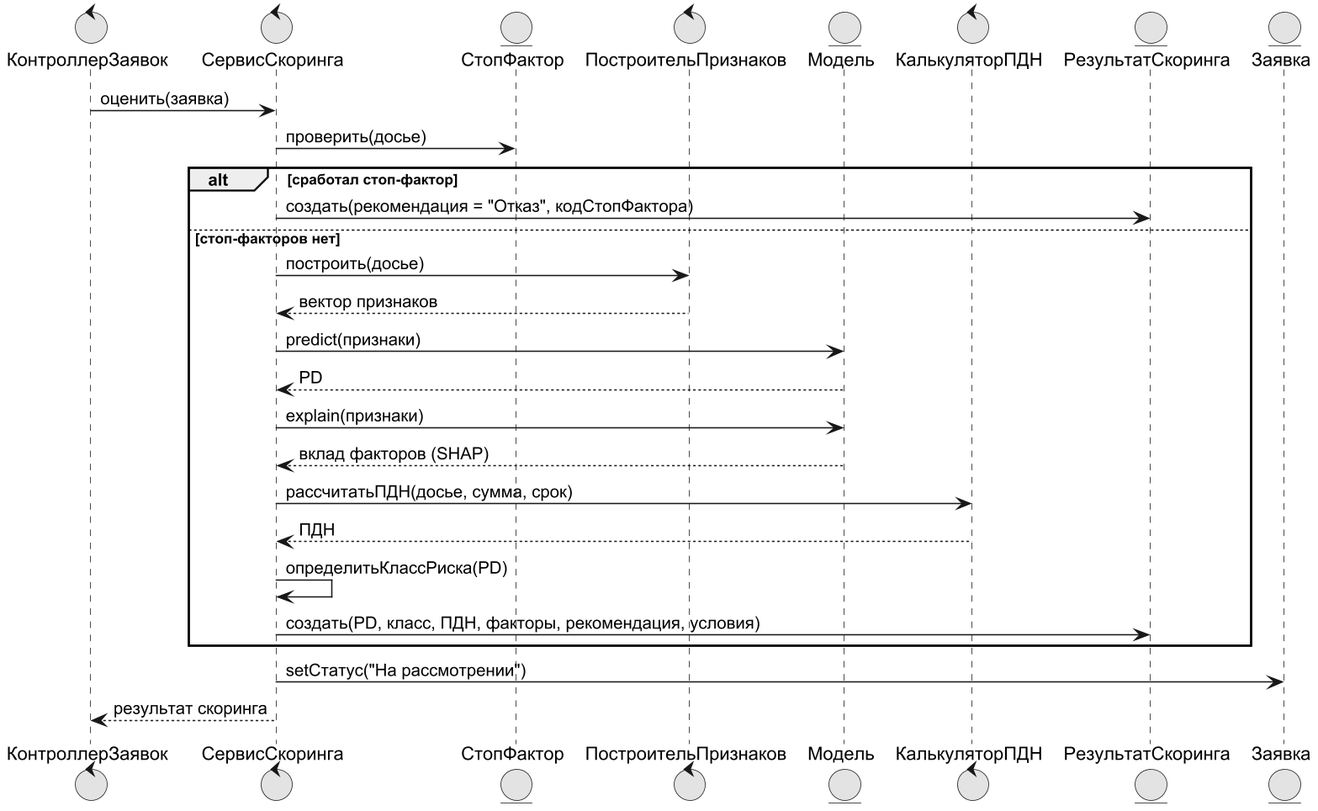
DarkSwordman999/credit-scoring-dss keeps this PlantUML diagram as diagrams/uml_seq_1.png. Above is the earlier version. The source it was exported from:
```plantuml
@startuml
!pragma layout smetana
skinparam dpi 150
skinparam defaultFontName Arial
skinparam shadowing false
skinparam monochrome true
control "КонтроллерЗаявок" as C
control "СервисСкоринга" as S
entity "СтопФактор" as SF
control "ПостроительПризнаков" as FB
entity "Модель" as M
control "КалькуляторПДН" as P
entity "РезультатСкоринга" as R
entity "Заявка" as AP
C -> S : оценить(заявка)
S -> SF : проверить(досье)
alt сработал стоп-фактор
  S -> R : создать(рекомендация = "Отказ", кодСтопФактора)
else стоп-факторов нет
  S -> FB : построить(досье)
  FB --> S : вектор признаков
  S -> M : predict(признаки)
  M --> S : PD
  S -> M : explain(признаки)
  M --> S : вклад факторов (SHAP)
  S -> P : рассчитатьПДН(досье, сумма, срок)
  P --> S : ПДН
  S -> S : определитьКлассРиска(PD)
  S -> R : создать(PD, класс, ПДН, факторы, рекомендация, условия)
end
S -> AP : setСтатус("На рассмотрении")
S --> C : результат скоринга
@enduml
```
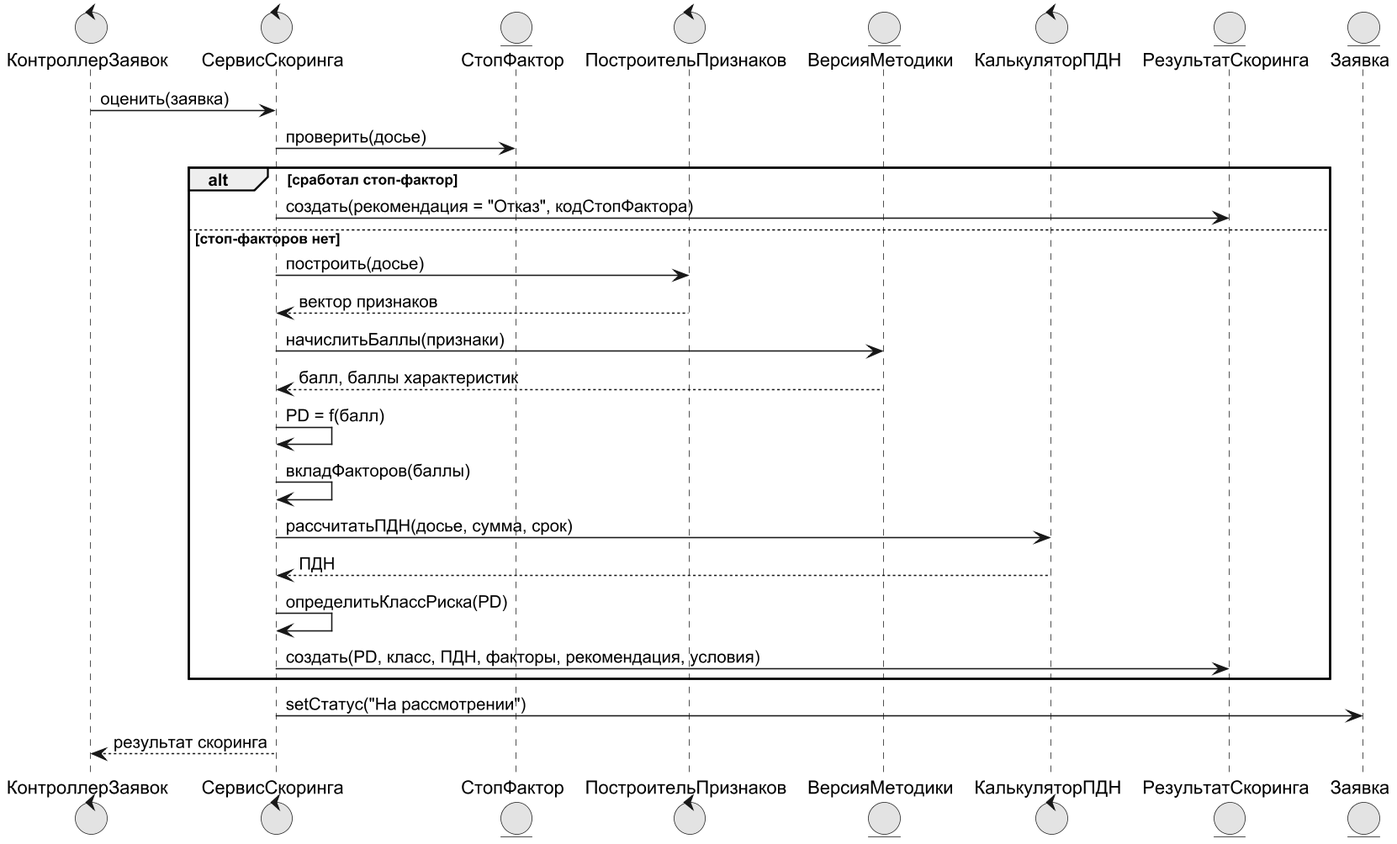
The same file after the commit.

Change to the diagram source:
```diff
@@ -8,7 +8,7 @@
 control "СервисСкоринга" as S
 entity "СтопФактор" as SF
 control "ПостроительПризнаков" as FB
-entity "Модель" as M
+entity "ВерсияМетодики" as M
 control "КалькуляторПДН" as P
 entity "РезультатСкоринга" as R
 entity "Заявка" as AP
@@ -19,10 +19,10 @@
 else стоп-факторов нет
   S -> FB : построить(досье)
   FB --> S : вектор признаков
-  S -> M : predict(признаки)
-  M --> S : PD
-  S -> M : explain(признаки)
-  M --> S : вклад факторов (SHAP)
+  S -> M : начислитьБаллы(признаки)
+  M --> S : балл, баллы характеристик
+  S -> S : PD = f(балл)
+  S -> S : вкладФакторов(баллы)
   S -> P : рассчитатьПДН(досье, сумма, срок)
   P --> S : ПДН
   S -> S : определитьКлассРиска(PD)
```
